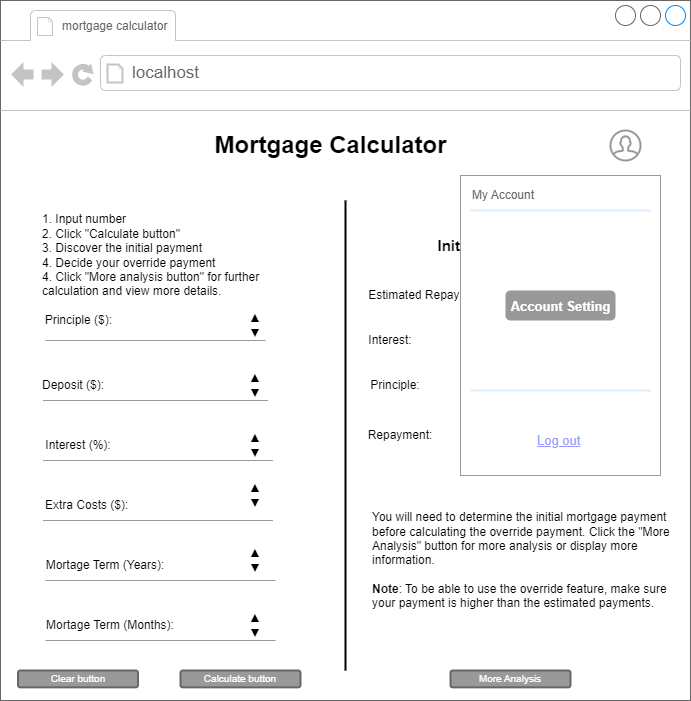
Earlier version of the draw.io export Design/wireframe_user_popup_window.png (KatherineMulder/ITPR7.508-Business-Application-Programming-Semester-One-2024). Source tidied: cells renumbered, new cells last; positions are measured from the earlier drawing's top-left corner, leaving out a move shared by most shapes.
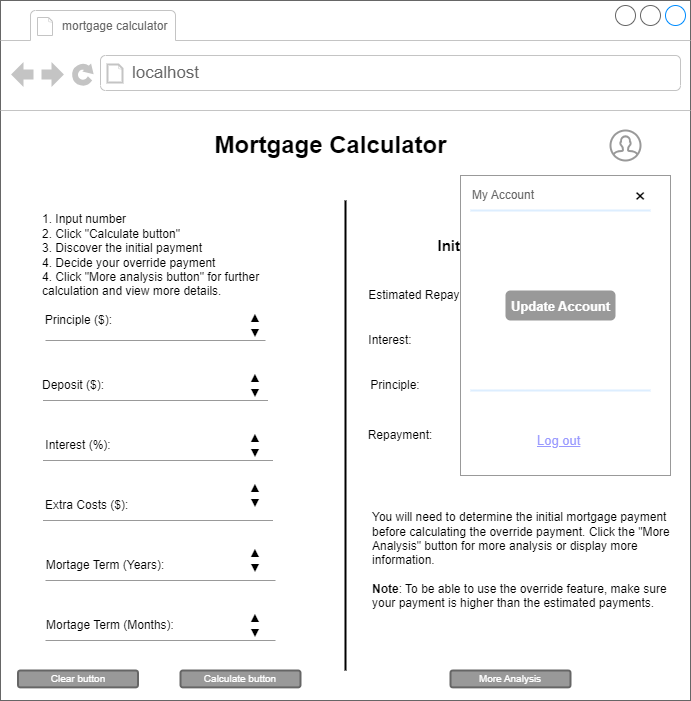
After the change.

Change to the diagram source:
```diff
@@ -111,7 +111,7 @@
       <mxGeometry x="225" y="610" width="60" height="30" as="geometry" />
     </mxCell>
     <mxCell id="37" style="strokeWidth=1;shadow=0;dashed=0;align=center;html=1;shape=mxgraph.mockup.forms.rrect;rSize=0;strokeColor=#999999;fillColor=#ffffff;" parent="2" vertex="1">
-      <mxGeometry x="460" y="175" width="200" height="300" as="geometry" />
+      <mxGeometry x="460" y="175" width="210" height="300" as="geometry" />
     </mxCell>
     <mxCell id="38" value="My Account" style="strokeWidth=1;shadow=0;dashed=0;align=center;html=1;shape=mxgraph.mockup.forms.anchor;fontSize=12;fontColor=#666666;align=left;spacingLeft=0;" parent="37" vertex="1">
       <mxGeometry width="100" height="20" relative="1" as="geometry">
@@ -133,7 +133,7 @@
         <mxPoint x="10" y="-90" as="offset" />
       </mxGeometry>
     </mxCell>
-    <mxCell id="42" value="&lt;font style=&quot;font-size: 13px;&quot;&gt;Account Setting&lt;/font&gt;" style="strokeWidth=1;shadow=0;dashed=0;align=center;html=1;shape=mxgraph.mockup.forms.rrect;rSize=5;strokeColor=none;fontColor=#ffffff;fillColor=#999999;fontSize=16;fontStyle=1;" parent="37" vertex="1">
+    <mxCell id="42" value="&lt;font style=&quot;font-size: 13px;&quot;&gt;Update Account&lt;/font&gt;" style="strokeWidth=1;shadow=0;dashed=0;align=center;html=1;shape=mxgraph.mockup.forms.rrect;rSize=5;strokeColor=none;fontColor=#ffffff;fillColor=#999999;fontSize=16;fontStyle=1;" parent="37" vertex="1">
       <mxGeometry y="1" width="110" height="30" relative="1" as="geometry">
         <mxPoint x="45" y="-185" as="offset" />
       </mxGeometry>
@@ -143,5 +143,8 @@
         <mxPoint x="75" y="-45" as="offset" />
       </mxGeometry>
     </mxCell>
+    <mxCell id="44" value="&lt;font style=&quot;font-size: 20px;&quot;&gt;×&lt;/font&gt;" style="text;html=1;strokeColor=none;fillColor=none;align=center;verticalAlign=middle;whiteSpace=wrap;rounded=0;" parent="37" vertex="1">
+      <mxGeometry x="150" y="5" width="60" height="30" as="geometry" />
+    </mxCell>
   </root>
 </mxGraphModel>
```
